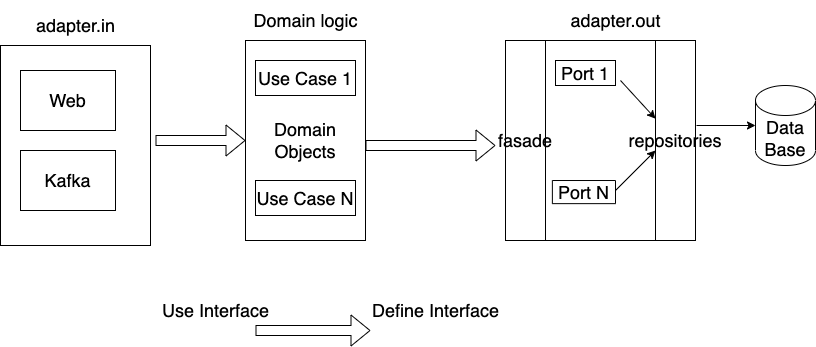
Earlier version of the draw.io export images/buckpal_arch.png (zlatozar/buckpal). Source tidied: cells renumbered, new cells last; positions are measured from the earlier drawing's top-left corner, leaving out a move shared by most shapes. Its diagram source:
```xml
<mxGraphModel>
  <root>
    <mxCell id="0" />
    <mxCell id="1" parent="0" />
    <mxCell id="2" style="rounded=0;whiteSpace=wrap;html=1;" parent="1" vertex="1">
      <mxGeometry y="45" width="150" height="200" as="geometry" />
    </mxCell>
    <mxCell id="3" value="&lt;font style=&quot;font-size: 18px;&quot;&gt;adapter.in&lt;/font&gt;" style="text;html=1;align=center;verticalAlign=middle;strokeColor=none;fillColor=none;" parent="1" vertex="1">
      <mxGeometry x="25" y="5" width="100" height="40" as="geometry" />
    </mxCell>
    <mxCell id="4" value="Web" style="rounded=0;whiteSpace=wrap;html=1;fontSize=18;" parent="1" vertex="1">
      <mxGeometry x="20" y="70" width="95" height="60" as="geometry" />
    </mxCell>
    <mxCell id="5" value="Kafka" style="rounded=0;whiteSpace=wrap;html=1;fontSize=18;" parent="1" vertex="1">
      <mxGeometry x="20" y="150" width="95" height="60" as="geometry" />
    </mxCell>
    <mxCell id="6" value="Domain Objects" style="rounded=0;whiteSpace=wrap;html=1;fontSize=18;" parent="1" vertex="1">
      <mxGeometry x="245" y="40" width="120" height="200" as="geometry" />
    </mxCell>
    <mxCell id="7" value="Use Case 1" style="rounded=0;whiteSpace=wrap;html=1;fontSize=18;" parent="1" vertex="1">
      <mxGeometry x="255" y="60" width="100" height="35" as="geometry" />
    </mxCell>
    <mxCell id="8" value="Use Case N" style="rounded=0;whiteSpace=wrap;html=1;fontSize=18;" parent="1" vertex="1">
      <mxGeometry x="255" y="180" width="100" height="35" as="geometry" />
    </mxCell>
    <mxCell id="9" style="rounded=0;whiteSpace=wrap;html=1;" parent="1" vertex="1">
      <mxGeometry x="545" y="40" width="150" height="200" as="geometry" />
    </mxCell>
    <mxCell id="10" value="&lt;font style=&quot;font-size: 18px;&quot;&gt;adapter.out&lt;/font&gt;" style="text;html=1;align=center;verticalAlign=middle;strokeColor=none;fillColor=none;" parent="1" vertex="1">
      <mxGeometry x="560" width="110" height="40" as="geometry" />
    </mxCell>
    <mxCell id="11" value="Port 1" style="rounded=0;whiteSpace=wrap;html=1;fontSize=18;" parent="1" vertex="1">
      <mxGeometry x="555" y="60" width="60" height="25" as="geometry" />
    </mxCell>
    <mxCell id="12" value="Port N" style="rounded=0;whiteSpace=wrap;html=1;fontSize=18;direction=south;" parent="1" vertex="1">
      <mxGeometry x="551.9" y="180" width="63.1" height="23.1" as="geometry" />
    </mxCell>
    <mxCell id="13" value="fasade" style="rounded=0;whiteSpace=wrap;html=1;fontSize=18;" parent="1" vertex="1">
      <mxGeometry x="505" y="40" width="40" height="200" as="geometry" />
    </mxCell>
    <mxCell id="14" value="repositories" style="rounded=0;whiteSpace=wrap;html=1;fontSize=18;" parent="1" vertex="1">
      <mxGeometry x="655" y="40" width="40" height="200" as="geometry" />
    </mxCell>
    <mxCell id="15" value="Data&lt;br&gt;Base" style="shape=cylinder3;whiteSpace=wrap;html=1;boundedLbl=1;backgroundOutline=1;size=15;fontSize=18;" parent="1" vertex="1">
      <mxGeometry x="755" y="85" width="60" height="80" as="geometry" />
    </mxCell>
    <mxCell id="16" style="shape=flexArrow;endArrow=classic;html=1;rounded=0;fontSize=18;entryX=0;entryY=0.5;entryDx=0;entryDy=0;" parent="1" edge="1" target="6">
      <mxGeometry relative="1" as="geometry">
        <mxPoint x="155" y="140" as="sourcePoint" />
      </mxGeometry>
    </mxCell>
    <mxCell id="17" style="shape=flexArrow;endArrow=classic;html=1;rounded=0;fontSize=18;" parent="1" edge="1">
      <mxGeometry relative="1" as="geometry">
        <mxPoint x="365" y="145" as="sourcePoint" />
        <mxPoint x="495" y="145" as="targetPoint" />
      </mxGeometry>
    </mxCell>
    <mxCell id="18" style="endArrow=classic;html=1;rounded=0;fontSize=18;" parent="1" edge="1" target="14">
      <mxGeometry relative="1" as="geometry">
        <mxPoint x="620" y="80" as="sourcePoint" />
      </mxGeometry>
    </mxCell>
    <mxCell id="19" style="endArrow=classic;html=1;rounded=0;fontSize=18;" parent="1" edge="1">
      <mxGeometry relative="1" as="geometry">
        <mxPoint x="615" y="190" as="sourcePoint" />
        <mxPoint x="655" y="150" as="targetPoint" />
      </mxGeometry>
    </mxCell>
    <mxCell id="20" style="endArrow=classic;html=1;rounded=0;fontSize=18;entryX=0;entryY=0.5;entryDx=0;entryDy=0;entryPerimeter=0;exitX=1.025;exitY=0.425;exitDx=0;exitDy=0;exitPerimeter=0;" parent="1" edge="1" source="14" target="15">
      <mxGeometry relative="1" as="geometry" />
    </mxCell>
    <mxCell id="21" style="shape=flexArrow;endArrow=classic;html=1;rounded=0;fontSize=18;" parent="1" edge="1">
      <mxGeometry relative="1" as="geometry">
        <mxPoint x="255" y="330" as="sourcePoint" />
        <mxPoint x="370" y="330" as="targetPoint" />
      </mxGeometry>
    </mxCell>
    <mxCell id="22" value="Use Interface" style="text;html=1;align=center;verticalAlign=middle;strokeColor=none;fillColor=none;fontSize=18;" parent="1" vertex="1">
      <mxGeometry x="150" y="290" width="130" height="40" as="geometry" />
    </mxCell>
    <mxCell id="23" value="Define Interface" style="text;html=1;align=center;verticalAlign=middle;strokeColor=none;fillColor=none;fontSize=18;" parent="1" vertex="1">
      <mxGeometry x="360" y="290" width="150" height="40" as="geometry" />
    </mxCell>
    <mxCell id="24" value="Domain logic" style="text;html=1;align=center;verticalAlign=middle;strokeColor=none;fillColor=none;fontSize=18;" parent="1" vertex="1">
      <mxGeometry x="240" width="130" height="40" as="geometry" />
    </mxCell>
  </root>
</mxGraphModel>
```
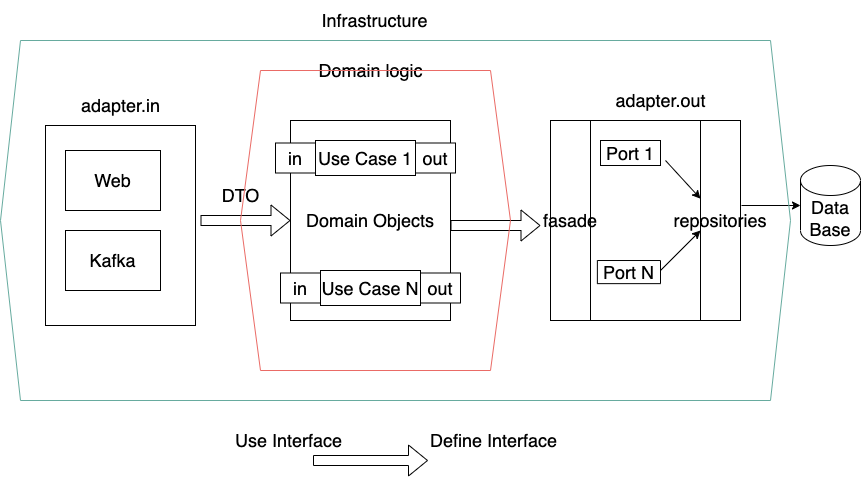
After the change.

What changed in the source:
```diff
@@ -15,14 +15,11 @@
       <mxGeometry x="20" y="150" width="95" height="60" as="geometry" />
     </mxCell>
     <mxCell id="6" value="Domain Objects" style="rounded=0;whiteSpace=wrap;html=1;fontSize=18;" parent="1" vertex="1">
-      <mxGeometry x="245" y="40" width="120" height="200" as="geometry" />
+      <mxGeometry x="245" y="40" width="160" height="200" as="geometry" />
     </mxCell>
     <mxCell id="7" value="Use Case 1" style="rounded=0;whiteSpace=wrap;html=1;fontSize=18;" parent="1" vertex="1">
-      <mxGeometry x="255" y="60" width="100" height="35" as="geometry" />
+      <mxGeometry x="270" y="60" width="100" height="35" as="geometry" />
     </mxCell>
-    <mxCell id="8" value="Use Case N" style="rounded=0;whiteSpace=wrap;html=1;fontSize=18;" parent="1" vertex="1">
-      <mxGeometry x="255" y="180" width="100" height="35" as="geometry" />
-    </mxCell>
     <mxCell id="9" style="rounded=0;whiteSpace=wrap;html=1;" parent="1" vertex="1">
       <mxGeometry x="545" y="40" width="150" height="200" as="geometry" />
     </mxCell>
@@ -51,7 +48,7 @@
     </mxCell>
     <mxCell id="17" style="shape=flexArrow;endArrow=classic;html=1;rounded=0;fontSize=18;" parent="1" edge="1">
       <mxGeometry relative="1" as="geometry">
-        <mxPoint x="365" y="145" as="sourcePoint" />
+        <mxPoint x="405" y="145" as="sourcePoint" />
         <mxPoint x="495" y="145" as="targetPoint" />
       </mxGeometry>
     </mxCell>
@@ -71,18 +68,45 @@
     </mxCell>
     <mxCell id="21" style="shape=flexArrow;endArrow=classic;html=1;rounded=0;fontSize=18;" parent="1" edge="1">
       <mxGeometry relative="1" as="geometry">
-        <mxPoint x="255" y="330" as="sourcePoint" />
-        <mxPoint x="370" y="330" as="targetPoint" />
+        <mxPoint x="267.5" y="380" as="sourcePoint" />
+        <mxPoint x="382.5" y="380" as="targetPoint" />
       </mxGeometry>
     </mxCell>
     <mxCell id="22" value="Use Interface" style="text;html=1;align=center;verticalAlign=middle;strokeColor=none;fillColor=none;fontSize=18;" parent="1" vertex="1">
-      <mxGeometry x="150" y="290" width="130" height="40" as="geometry" />
+      <mxGeometry x="177.5" y="340" width="130" height="40" as="geometry" />
     </mxCell>
     <mxCell id="23" value="Define Interface" style="text;html=1;align=center;verticalAlign=middle;strokeColor=none;fillColor=none;fontSize=18;" parent="1" vertex="1">
-      <mxGeometry x="360" y="290" width="150" height="40" as="geometry" />
+      <mxGeometry x="372.5" y="340" width="150" height="40" as="geometry" />
     </mxCell>
     <mxCell id="24" value="Domain logic" style="text;html=1;align=center;verticalAlign=middle;strokeColor=none;fillColor=none;fontSize=18;" parent="1" vertex="1">
-      <mxGeometry x="240" width="130" height="40" as="geometry" />
+      <mxGeometry x="260" y="-30" width="130" height="40" as="geometry" />
     </mxCell>
+    <mxCell id="25" value="DTO" style="text;html=1;align=center;verticalAlign=middle;strokeColor=none;fillColor=none;fontSize=18;" parent="1" vertex="1">
+      <mxGeometry x="165" y="95" width="60" height="40" as="geometry" />
+    </mxCell>
+    <mxCell id="26" value="in" style="rounded=0;whiteSpace=wrap;html=1;fontSize=18;" parent="1" vertex="1">
+      <mxGeometry x="230" y="62.5" width="40" height="30" as="geometry" />
+    </mxCell>
+    <mxCell id="27" value="out" style="rounded=0;whiteSpace=wrap;html=1;fontSize=18;" parent="1" vertex="1">
+      <mxGeometry x="370" y="62.5" width="40" height="30" as="geometry" />
+    </mxCell>
+    <mxCell id="8" value="Use Case N" style="rounded=0;whiteSpace=wrap;html=1;fontSize=18;" parent="1" vertex="1">
+      <mxGeometry x="275" y="190" width="100" height="35" as="geometry" />
+    </mxCell>
+    <mxCell id="28" value="in" style="rounded=0;whiteSpace=wrap;html=1;fontSize=18;" parent="1" vertex="1">
+      <mxGeometry x="235" y="192.5" width="40" height="30" as="geometry" />
+    </mxCell>
+    <mxCell id="29" value="out" style="rounded=0;whiteSpace=wrap;html=1;fontSize=18;" parent="1" vertex="1">
+      <mxGeometry x="375" y="192.5" width="40" height="30" as="geometry" />
+    </mxCell>
+    <mxCell id="30" style="shape=hexagon;perimeter=hexagonPerimeter2;whiteSpace=wrap;html=1;fixedSize=1;fillStyle=dots;strokeColor=#EA6B66;fontSize=18;fillColor=none;gradientColor=none;" parent="1" vertex="1">
+      <mxGeometry x="195" y="-10" width="270" height="300" as="geometry" />
+    </mxCell>
+    <mxCell id="31" style="shape=hexagon;perimeter=hexagonPerimeter2;whiteSpace=wrap;html=1;fixedSize=1;fillStyle=dots;strokeColor=#67AB9F;fontSize=18;fillColor=none;gradientColor=none;" parent="1" vertex="1">
+      <mxGeometry x="-45" y="-40" width="790" height="360" as="geometry" />
+    </mxCell>
+    <mxCell id="32" value="Infrastructure" style="text;html=1;align=center;verticalAlign=middle;strokeColor=none;fillColor=none;fontSize=18;" parent="1" vertex="1">
+      <mxGeometry x="264" y="-80" width="130" height="40" as="geometry" />
+    </mxCell>
   </root>
 </mxGraphModel>
```
